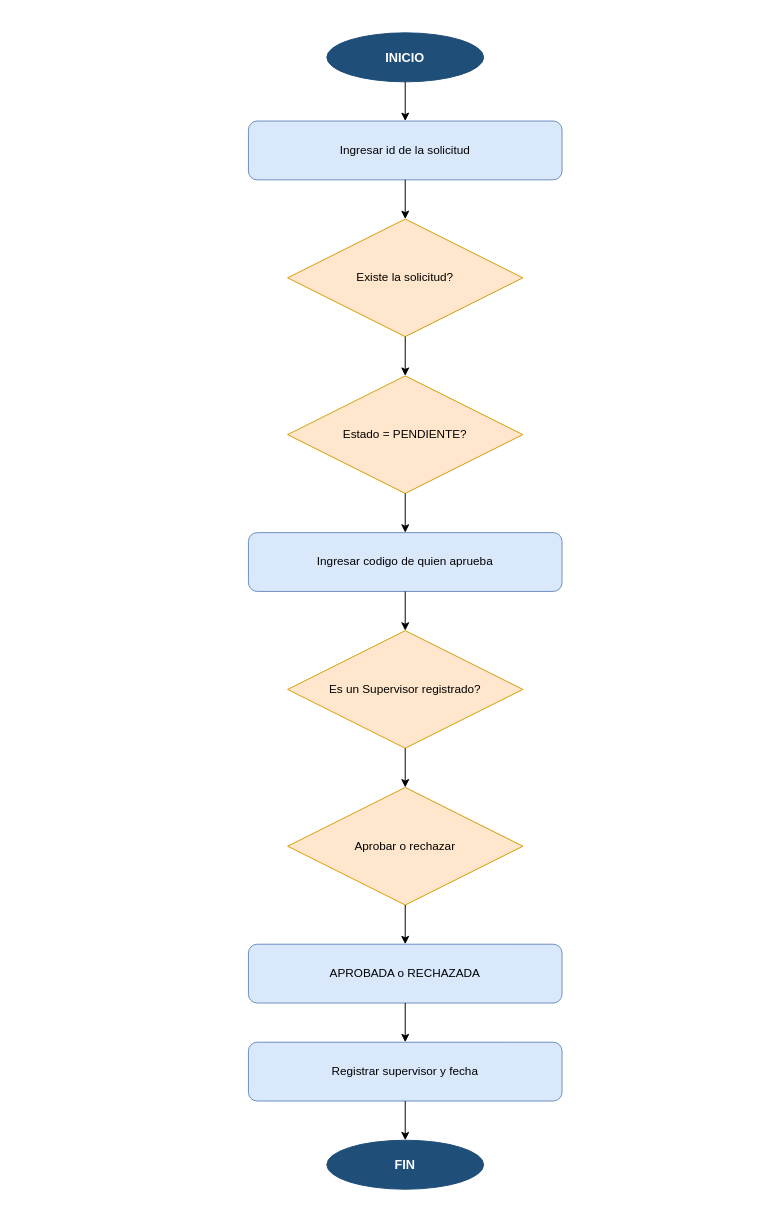
Above: drawio/flujo_aprobacion.drawio in marlo4220mc/sistema-horas-extras (draw.io), before the change. Source tidied: cells renumbered, new cells numbered last; positions are measured from the earlier drawing's top-left corner, leaving out a move shared by most shapes. Both pictures are drawn from the tidied source at 98%, with x=0, y=0 at pixel (248, 32).
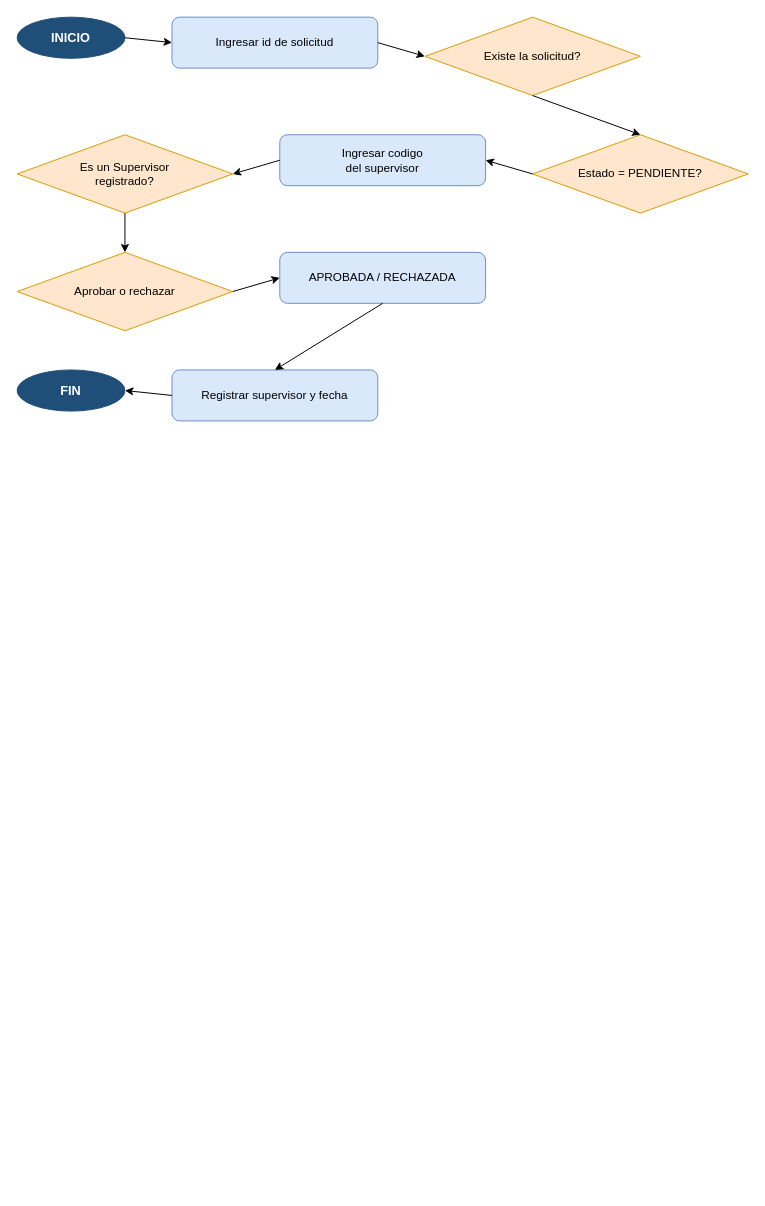
Above is the later version.

Change to the diagram source:
```diff
@@
     <mxCell id="2" value="INICIO" style="ellipse;whiteSpace=wrap;html=1;fillColor=#1f4e79;fontColor=#ffffff;strokeColor=#1f4e79;fontStyle=1;fontSize=13;" parent="1" vertex="1">
-      <mxGeometry x="80" width="160" height="50" as="geometry" />
+      <mxGeometry x="-236" y="-16" width="110" height="42" as="geometry" />
     </mxCell>
-    <mxCell id="3" value="Ingresar id de la solicitud" style="rounded=1;whiteSpace=wrap;html=1;fillColor=#dae8fc;strokeColor=#6c8ebf;fontSize=12;" parent="1" vertex="1">
-      <mxGeometry y="90" width="320" height="60" as="geometry" />
+    <mxCell id="3" value="Ingresar id de solicitud" style="rounded=1;whiteSpace=wrap;html=1;fillColor=#dae8fc;strokeColor=#6c8ebf;fontSize=12;" parent="1" vertex="1">
+      <mxGeometry x="-78" y="-16" width="210" height="52" as="geometry" />
     </mxCell>
-    <mxCell id="4" style="endArrow=classic;html=1;exitX=0.5;exitY=1;entryX=0.5;entryY=0;" parent="1" edge="1" source="2" target="3">
+    <mxCell id="4" style="endArrow=classic;html=1;exitX=1;exitY=0.5;entryX=0;entryY=0.5;" parent="1" edge="1" source="2" target="3">
       <mxGeometry relative="1" as="geometry" />
     </mxCell>
     <mxCell id="5" value="Existe la solicitud?" style="rhombus;whiteSpace=wrap;html=1;fillColor=#ffe6cc;strokeColor=#d79b00;fontSize=12;" parent="1" vertex="1">
-      <mxGeometry x="40" y="190" width="240" height="120" as="geometry" />
+      <mxGeometry x="180" y="-16" width="220" height="80" as="geometry" />
     </mxCell>
-    <mxCell id="6" style="endArrow=classic;html=1;exitX=0.5;exitY=1;entryX=0.5;entryY=0;" parent="1" edge="1" source="3" target="5">
+    <mxCell id="6" style="endArrow=classic;html=1;exitX=1;exitY=0.5;entryX=0;entryY=0.5;" parent="1" edge="1" source="3" target="5">
       <mxGeometry relative="1" as="geometry" />
     </mxCell>
     <mxCell id="7" value="Estado = PENDIENTE?" style="rhombus;whiteSpace=wrap;html=1;fillColor=#ffe6cc;strokeColor=#d79b00;fontSize=12;" parent="1" vertex="1">
-      <mxGeometry x="40" y="350" width="240" height="120" as="geometry" />
+      <mxGeometry x="290" y="104" width="220" height="80" as="geometry" />
     </mxCell>
@@
-    <mxCell id="9" value="Ingresar codigo de quien aprueba" style="rounded=1;whiteSpace=wrap;html=1;fillColor=#dae8fc;strokeColor=#6c8ebf;fontSize=12;" parent="1" vertex="1">
-      <mxGeometry y="510" width="320" height="60" as="geometry" />
+    <mxCell id="9" value="Ingresar codigo&#10;del supervisor" style="rounded=1;whiteSpace=wrap;html=1;fillColor=#dae8fc;strokeColor=#6c8ebf;fontSize=12;" parent="1" vertex="1">
+      <mxGeometry x="32" y="104" width="210" height="52" as="geometry" />
     </mxCell>
-    <mxCell id="10" style="endArrow=classic;html=1;exitX=0.5;exitY=1;entryX=0.5;entryY=0;" parent="1" edge="1" source="7" target="9">
+    <mxCell id="10" style="endArrow=classic;html=1;exitX=0;exitY=0.5;entryX=1;entryY=0.5;" parent="1" edge="1" source="7" target="9">
       <mxGeometry relative="1" as="geometry" />
     </mxCell>
-    <mxCell id="11" value="Es un Supervisor registrado?" style="rhombus;whiteSpace=wrap;html=1;fillColor=#ffe6cc;strokeColor=#d79b00;fontSize=12;" parent="1" vertex="1">
-      <mxGeometry x="40" y="610" width="240" height="120" as="geometry" />
+    <mxCell id="11" value="Es un Supervisor&#10;registrado?" style="rhombus;whiteSpace=wrap;html=1;fillColor=#ffe6cc;strokeColor=#d79b00;fontSize=12;" parent="1" vertex="1">
+      <mxGeometry x="-236" y="104" width="220" height="80" as="geometry" />
     </mxCell>
-    <mxCell id="12" style="endArrow=classic;html=1;exitX=0.5;exitY=1;entryX=0.5;entryY=0;" parent="1" edge="1" source="9" target="11">
+    <mxCell id="12" style="endArrow=classic;html=1;exitX=0;exitY=0.5;entryX=1;entryY=0.5;" parent="1" edge="1" source="9" target="11">
       <mxGeometry relative="1" as="geometry" />
     </mxCell>
     <mxCell id="13" value="Aprobar o rechazar" style="rhombus;whiteSpace=wrap;html=1;fillColor=#ffe6cc;strokeColor=#d79b00;fontSize=12;" parent="1" vertex="1">
-      <mxGeometry x="40" y="770" width="240" height="120" as="geometry" />
+      <mxGeometry x="-236" y="224" width="220" height="80" as="geometry" />
     </mxCell>
@@
-    <mxCell id="15" value="APROBADA o RECHAZADA" style="rounded=1;whiteSpace=wrap;html=1;fillColor=#dae8fc;strokeColor=#6c8ebf;fontSize=12;" parent="1" vertex="1">
-      <mxGeometry y="930" width="320" height="60" as="geometry" />
+    <mxCell id="15" value="APROBADA / RECHAZADA" style="rounded=1;whiteSpace=wrap;html=1;fillColor=#dae8fc;strokeColor=#6c8ebf;fontSize=12;" parent="1" vertex="1">
+      <mxGeometry x="32" y="224" width="210" height="52" as="geometry" />
     </mxCell>
-    <mxCell id="16" style="endArrow=classic;html=1;exitX=0.5;exitY=1;entryX=0.5;entryY=0;" parent="1" edge="1" source="13" target="15">
+    <mxCell id="16" style="endArrow=classic;html=1;exitX=1;exitY=0.5;entryX=0;entryY=0.5;" parent="1" edge="1" source="13" target="15">
       <mxGeometry relative="1" as="geometry" />
     </mxCell>
     <mxCell id="17" value="Registrar supervisor y fecha" style="rounded=1;whiteSpace=wrap;html=1;fillColor=#dae8fc;strokeColor=#6c8ebf;fontSize=12;" parent="1" vertex="1">
-      <mxGeometry y="1030" width="320" height="60" as="geometry" />
+      <mxGeometry x="-78" y="344" width="210" height="52" as="geometry" />
     </mxCell>
@@
     <mxCell id="19" value="FIN" style="ellipse;whiteSpace=wrap;html=1;fillColor=#1f4e79;fontColor=#ffffff;strokeColor=#1f4e79;fontStyle=1;fontSize=13;" parent="1" vertex="1">
-      <mxGeometry x="80" y="1130" width="160" height="50" as="geometry" />
+      <mxGeometry x="-236" y="344" width="110" height="42" as="geometry" />
     </mxCell>
-    <mxCell id="20" style="endArrow=classic;html=1;exitX=0.5;exitY=1;entryX=0.5;entryY=0;" parent="1" edge="1" source="17" target="19">
+    <mxCell id="20" style="endArrow=classic;html=1;exitX=0;exitY=0.5;entryX=1;entryY=0.5;" parent="1" edge="1" source="17" target="19">
       <mxGeometry relative="1" as="geometry" />
     </mxCell>
```
